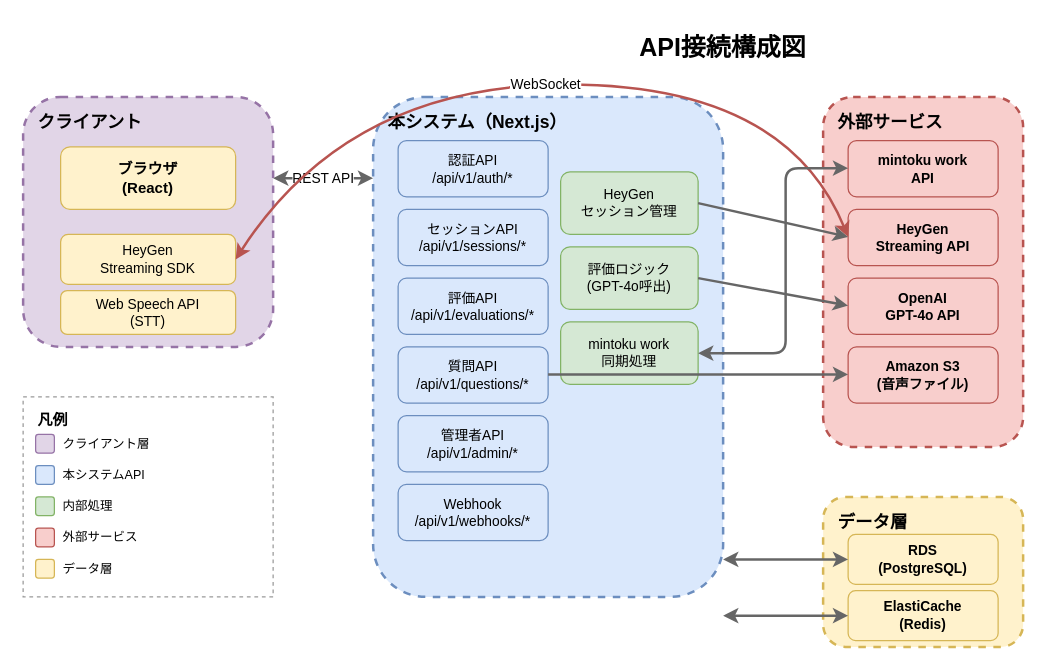
yoshidasendai115/ai-interview keeps this draw.io diagram as docs/images/設計書_10.1_API接続構成図.drawio. Above is the earlier version. Source tidied: cells renumbered, new cells numbered last; positions are measured from the earlier drawing's top-left corner, leaving out a move shared by most shapes. Both pictures are drawn from the tidied source at 125%, with x=0, y=0 at pixel (22, 21).
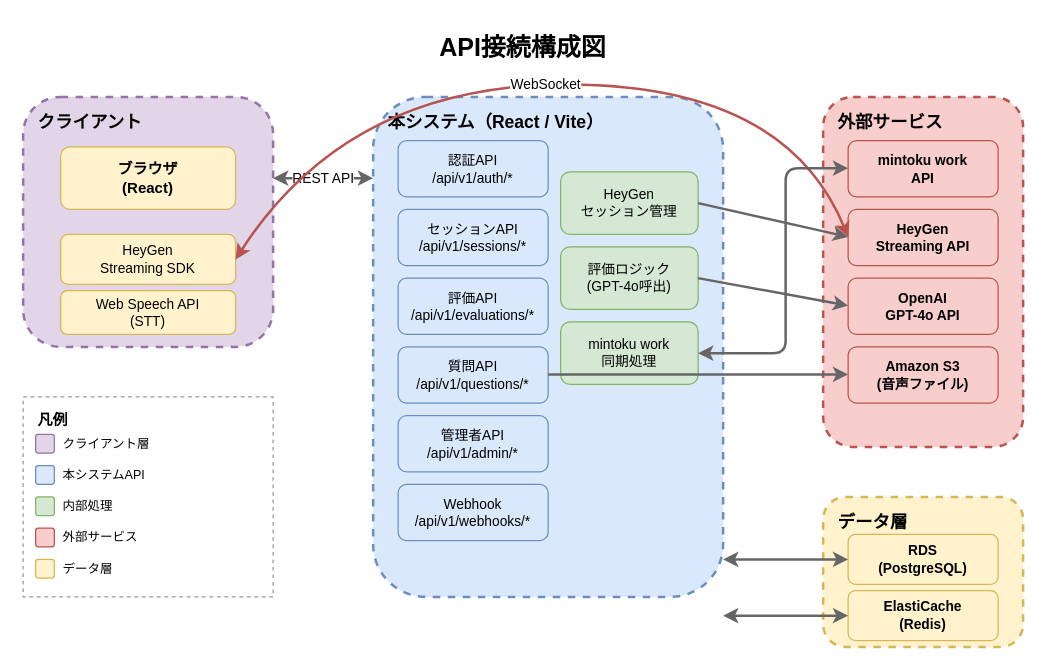
The same diagram, later.

Diff of the diagram source:
```diff
@@
     <mxCell id="2" value="API接続構成図" style="text;html=1;strokeColor=none;fillColor=none;align=center;verticalAlign=middle;whiteSpace=wrap;rounded=0;fontSize=20;fontStyle=1;" parent="1" vertex="1">
-      <mxGeometry x="410" width="300" height="40" as="geometry" />
+      <mxGeometry x="250" width="300" height="40" as="geometry" />
     </mxCell>
@@
-    <mxCell id="9" value="本システム（Next.js）" style="text;html=1;strokeColor=none;fillColor=none;align=left;verticalAlign=top;whiteSpace=wrap;rounded=0;fontSize=14;fontStyle=1;" parent="1" vertex="1">
+    <mxCell id="9" value="本システム（React / Vite）" style="text;html=1;strokeColor=none;fillColor=none;align=left;verticalAlign=top;whiteSpace=wrap;rounded=0;fontSize=14;fontStyle=1;" parent="1" vertex="1">
       <mxGeometry x="290" y="65" width="200" height="20" as="geometry" />
     </mxCell>
```
